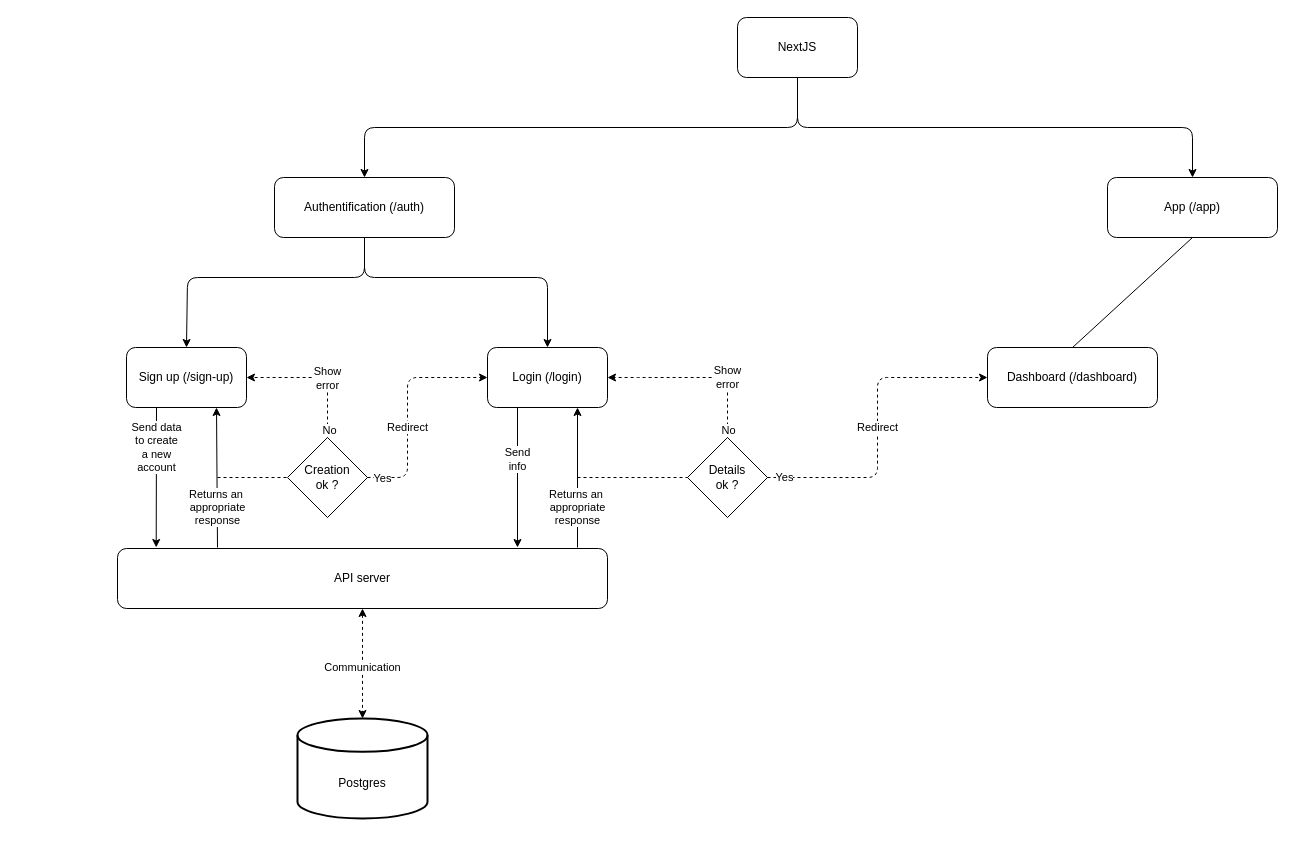
Before: admin/visual_repr.drawio in novaotp/silicate, a draw.io diagram. Source tidied: cells renumbered, new cells numbered last; positions are measured from the earlier drawing's top-left corner, leaving out a move shared by most shapes. Both pictures are drawn from the tidied source at 100%, with x=0, y=0 at pixel (117, 17).
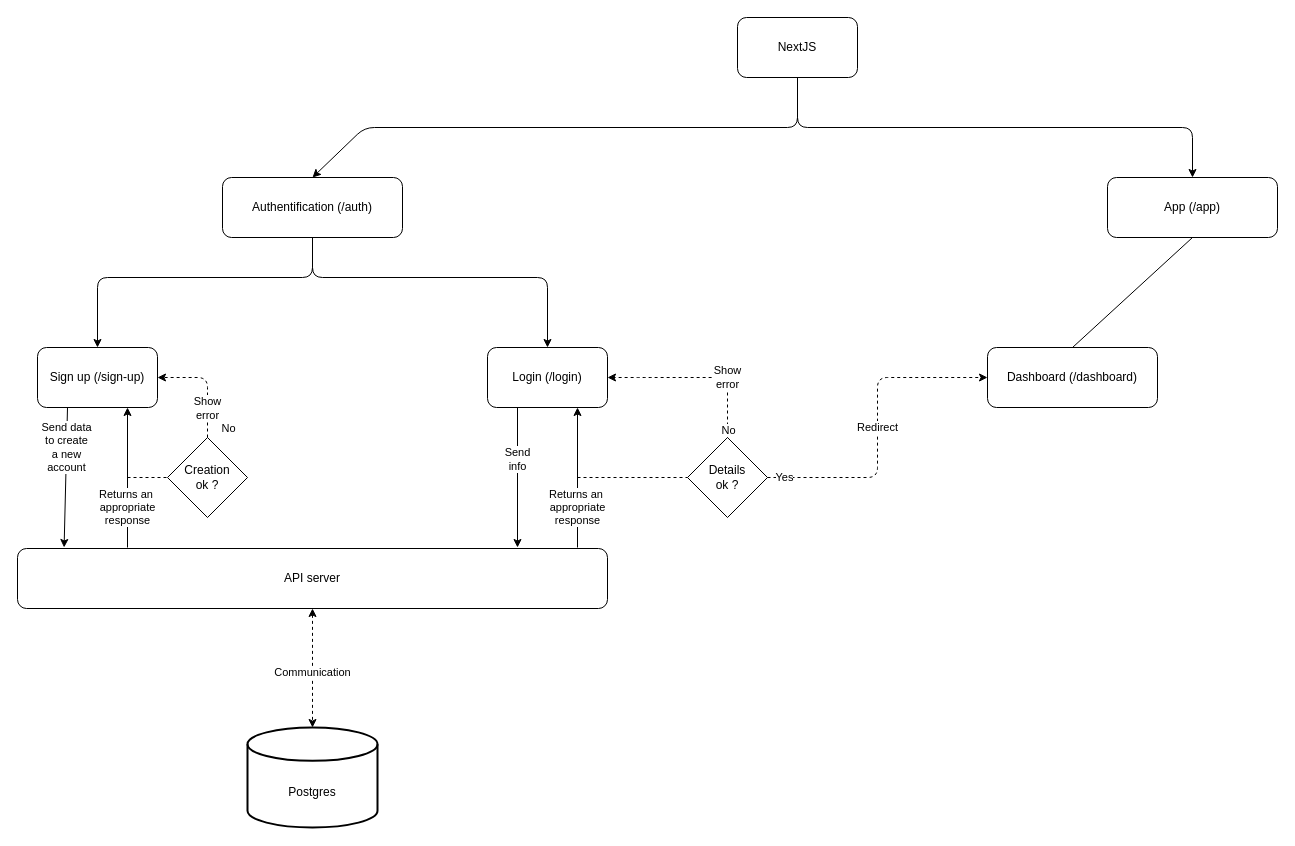
The same page after the edit.

Unchanged cells that the change refers to:
```xml
<mxCell id="5" value="Login (/login)" style="rounded=1;whiteSpace=wrap;html=1;" parent="1" vertex="1">
  <mxGeometry x="370" y="330" width="120" height="60" as="geometry" />
</mxCell>
```

The edit, as a diff of the source:
```diff
@@
     <mxCell id="2" style="edgeStyle=none;html=1;exitX=0.5;exitY=1;exitDx=0;exitDy=0;entryX=0.5;entryY=0;entryDx=0;entryDy=0;endArrow=classic;endFill=1;" parent="1" edge="1" source="3" target="5">
       <mxGeometry relative="1" as="geometry">
         <Array as="points">
-          <mxPoint x="247" y="260" />
+          <mxPoint x="195" y="260" />
           <mxPoint x="430" y="260" />
         </Array>
       </mxGeometry>
     </mxCell>
     <mxCell id="3" value="Authentification (/auth)" style="rounded=1;whiteSpace=wrap;html=1;" parent="1" vertex="1">
-      <mxGeometry x="157" y="160" width="180" height="60" as="geometry" />
+      <mxGeometry x="105" y="160" width="180" height="60" as="geometry" />
     </mxCell>
     <mxCell id="4" value="Sign up (/sign-up)" style="rounded=1;whiteSpace=wrap;html=1;" parent="1" vertex="1">
-      <mxGeometry x="9" y="330" width="120" height="60" as="geometry" />
+      <mxGeometry x="-80" y="330" width="120" height="60" as="geometry" />
     </mxCell>
@@
     <mxCell id="6" style="endArrow=classic;html=1;exitX=0.5;exitY=1;exitDx=0;exitDy=0;entryX=0.5;entryY=0;entryDx=0;entryDy=0;endFill=1;" parent="1" edge="1" source="3" target="4">
       <mxGeometry relative="1" as="geometry">
         <Array as="points">
-          <mxPoint x="247" y="260" />
-          <mxPoint x="70" y="260" />
+          <mxPoint x="195" y="260" />
+          <mxPoint x="-20" y="260" />
         </Array>
       </mxGeometry>
     </mxCell>
     <mxCell id="7" value="API server" style="rounded=1;whiteSpace=wrap;html=1;" parent="1" vertex="1">
-      <mxGeometry y="531" width="490" height="60" as="geometry" />
+      <mxGeometry x="-100" y="531" width="590" height="60" as="geometry" />
     </mxCell>
@@
     <mxCell id="9" value="Returns an&amp;nbsp;&lt;br&gt;appropriate&lt;br&gt;response" style="endArrow=classic;html=1;entryX=0.75;entryY=1;entryDx=0;entryDy=0;" parent="1" edge="1" target="4">
       <mxGeometry x="-0.43" relative="1" as="geometry">
-        <mxPoint x="100" y="530" as="sourcePoint" />
+        <mxPoint x="10" y="530" as="sourcePoint" />
       </mxGeometry>
     </mxCell>
@@
     <mxCell id="11" value="Communication" style="endArrow=classic;html=1;exitX=0.5;exitY=1;exitDx=0;exitDy=0;entryX=0.5;entryY=0;entryDx=0;entryDy=0;entryPerimeter=0;startArrow=classic;startFill=1;dashed=1;" parent="1" edge="1" source="7" target="25">
-      <mxGeometry x="0.07" relative="1" as="geometry">
-        <Array as="points">
-          <mxPoint x="245" y="660" />
-        </Array>
-      </mxGeometry>
+      <mxGeometry x="0.07" relative="1" as="geometry" />
     </mxCell>
@@
     <mxCell id="25" value="&lt;br&gt;&lt;br&gt;Postgres" style="strokeWidth=2;html=1;shape=mxgraph.flowchart.database;whiteSpace=wrap;" parent="1" vertex="1">
-      <mxGeometry x="180" y="701" width="130" height="100" as="geometry" />
+      <mxGeometry x="130" y="710" width="130" height="100" as="geometry" />
     </mxCell>
     <mxCell id="26" value="Creation&lt;br&gt;ok ?" style="rhombus;whiteSpace=wrap;html=1;" parent="1" vertex="1">
-      <mxGeometry x="170" y="420" width="80" height="80" as="geometry" />
+      <mxGeometry x="50" y="420" width="80" height="80" as="geometry" />
     </mxCell>
     <mxCell id="27" style="endArrow=none;dashed=1;html=1;entryX=0;entryY=0.5;entryDx=0;entryDy=0;" parent="1" edge="1" target="26">
       <mxGeometry relative="1" as="geometry">
-        <mxPoint x="100" y="460" as="sourcePoint" />
+        <mxPoint x="10" y="460" as="sourcePoint" />
       </mxGeometry>
     </mxCell>
-    <mxCell id="28" value="Show&lt;br&gt;error" style="endArrow=classic;html=1;entryX=1;entryY=0.5;entryDx=0;entryDy=0;dashed=1;" parent="1" edge="1">
-      <mxGeometry x="-0.17" relative="1" as="geometry">
-        <mxPoint x="210" y="420" as="sourcePoint" />
-        <mxPoint x="129" y="360" as="targetPoint" />
+    <mxCell id="28" value="Show&lt;br&gt;error" style="endArrow=classic;html=1;entryX=1;entryY=0.5;entryDx=0;entryDy=0;dashed=1;exitX=0.5;exitY=0;exitDx=0;exitDy=0;" parent="1" edge="1" source="26" target="4">
+      <mxGeometry x="-0.45" relative="1" as="geometry">
         <Array as="points">
-          <mxPoint x="210" y="360" />
-          <mxPoint x="160" y="360" />
+          <mxPoint x="90" y="390" />
+          <mxPoint x="90" y="360" />
         </Array>
+        <mxPoint y="1" as="offset" />
       </mxGeometry>
     </mxCell>
     <mxCell id="29" value="No" style="edgeLabel;html=1;align=center;verticalAlign=middle;" parent="28" vertex="1">
       <mxGeometry x="-0.91" relative="1" as="geometry">
-        <mxPoint x="1" y="-2" as="offset" />
+        <mxPoint x="20" y="-5" as="offset" />
       </mxGeometry>
     </mxCell>
-    <mxCell id="30" value="Redirect" style="endArrow=classic;html=1;exitX=1;exitY=0.5;exitDx=0;exitDy=0;entryX=0;entryY=0.5;entryDx=0;entryDy=0;dashed=1;" parent="1" edge="1" source="26" target="5">
-      <mxGeometry x="-0.18" relative="1" as="geometry">
-        <Array as="points">
-          <mxPoint x="290" y="460" />
-          <mxPoint x="290" y="410" />
-          <mxPoint x="290" y="360" />
-        </Array>
-      </mxGeometry>
-    </mxCell>
-    <mxCell id="31" value="Yes" style="edgeLabel;html=1;align=center;verticalAlign=middle;" parent="30" vertex="1">
-      <mxGeometry x="-0.88" y="-2" relative="1" as="geometry">
-        <mxPoint x="1" y="-2" as="offset" />
-      </mxGeometry>
-    </mxCell>
```
